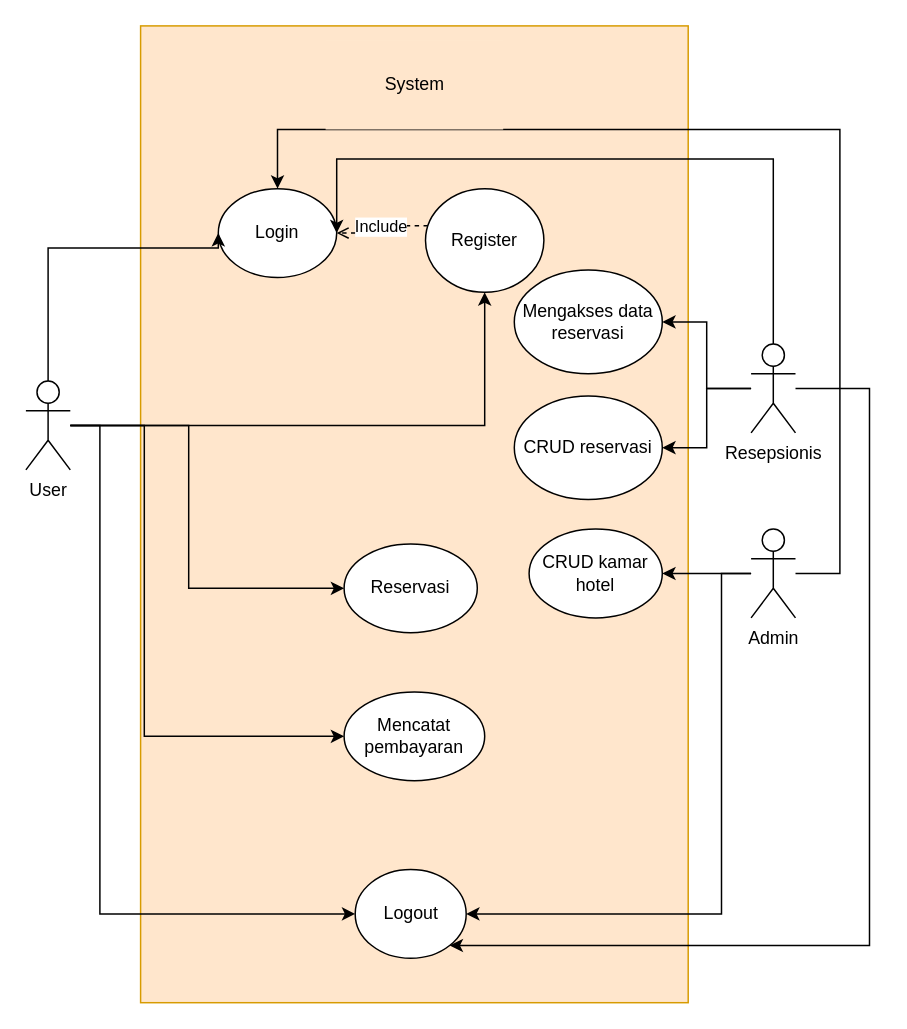
The draw.io diagram Untitled Diagram.drawio in raskolnikov64/diagram-ukk, before the edit. Source tidied: cells renumbered, new cells numbered last; positions are measured from the earlier drawing's top-left corner, leaving out a move shared by most shapes. Both pictures are drawn from the tidied source at 148%, with x=0, y=0 at pixel (25, 25).
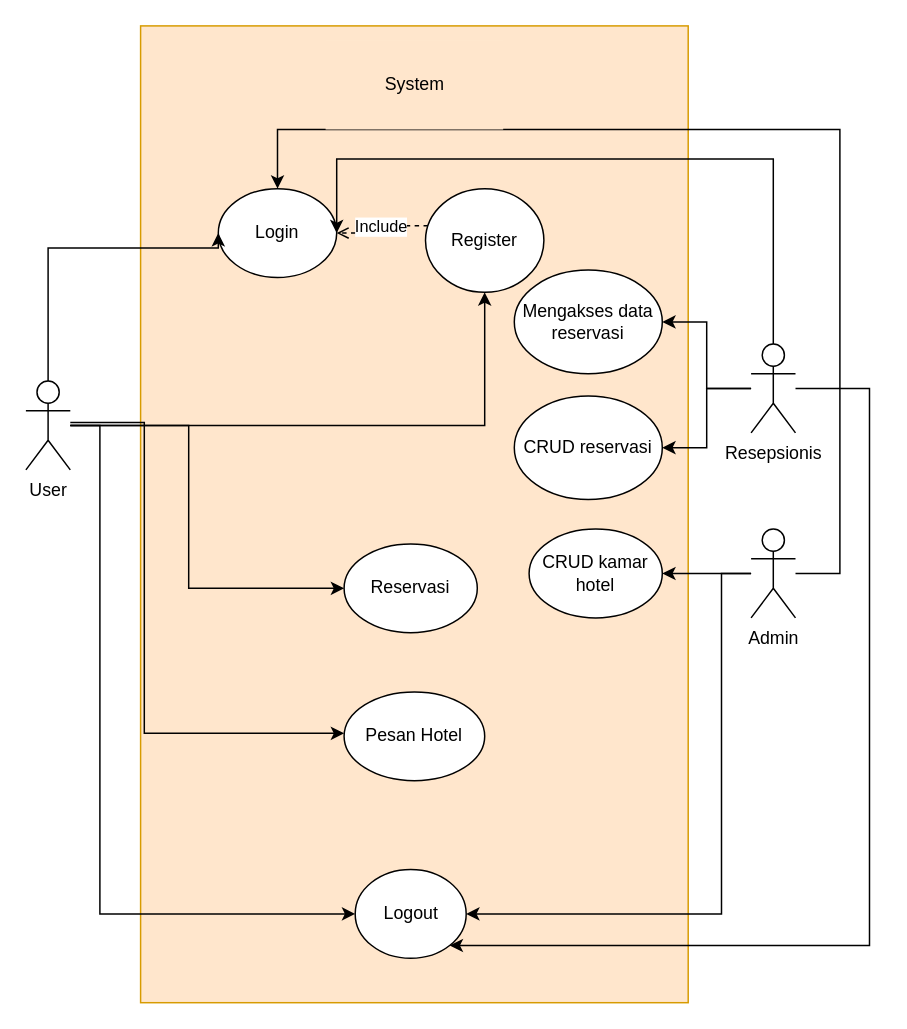
Above is the later version.

The change refers to these unchanged cells:
```xml
<mxCell id="9" value="User&lt;br&gt;" style="shape=umlActor;verticalLabelPosition=bottom;verticalAlign=top;html=1;outlineConnect=0;" parent="1" vertex="1">
  <mxGeometry y="240" width="30" height="60" as="geometry" />
</mxCell>
```

What changed in the source:
```diff
@@
-    <mxCell id="7" style="edgeStyle=orthogonalEdgeStyle;rounded=0;jettySize=auto;html=1;entryX=0;entryY=0.5;entryDx=0;entryDy=0;" parent="1" edge="1" source="9" target="25">
+    <mxCell id="7" style="edgeStyle=orthogonalEdgeStyle;rounded=0;orthogonalLoop=1;jettySize=auto;html=1;entryX=0;entryY=0.5;entryDx=0;entryDy=0;" parent="1" edge="1">
       <mxGeometry relative="1" as="geometry">
+        <mxPoint x="30" y="268" as="sourcePoint" />
+        <mxPoint x="215" y="478" as="targetPoint" />
         <Array as="points">
-          <mxPoint x="80" y="270" />
-          <mxPoint x="80" y="480" />
+          <mxPoint x="80" y="268" />
+          <mxPoint x="80" y="478" />
         </Array>
       </mxGeometry>
     </mxCell>
@@
-    <mxCell id="25" value="Mencatat pembayaran" style="ellipse;whiteSpace=wrap;html=1;" parent="1" vertex="1">
+    <mxCell id="25" value="Pesan Hotel" style="ellipse;whiteSpace=wrap;html=1;" parent="1" vertex="1">
       <mxGeometry x="215" y="450" width="95" height="60" as="geometry" />
     </mxCell>
```
